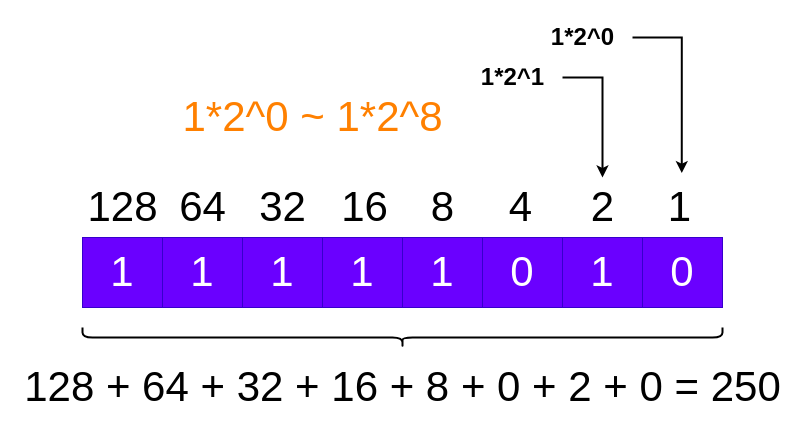
Above: bits.drawio in auula/draw.io (draw.io), before the change. Source tidied: cells renumbered, new cells numbered last; positions are measured from the earlier drawing's top-left corner, leaving out a move shared by most shapes. Both pictures are drawn from the tidied source at 100%, with x=0, y=0 at pixel (17, 17).
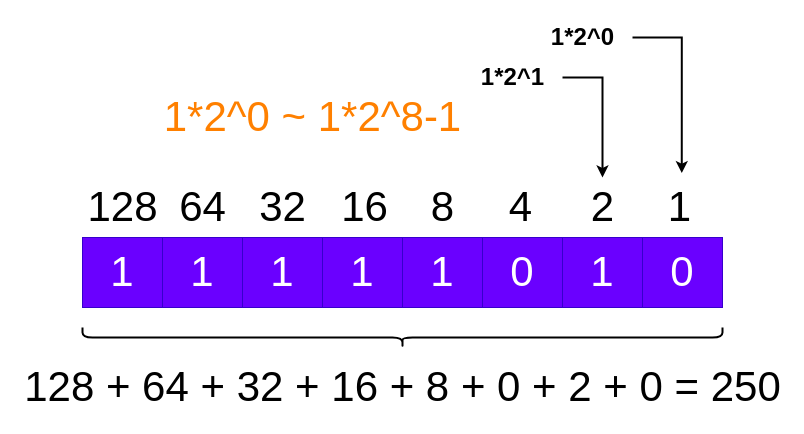
The same page after the edit.

Change to the diagram source:
```diff
@@
-    <mxCell id="24" value="&lt;font color=&quot;#ff8000&quot;&gt;1*2^0 ~ 1*2^8&lt;/font&gt;" style="text;html=1;align=center;verticalAlign=middle;strokeColor=none;fillColor=none;fontSize=42;" parent="1" vertex="1">
-      <mxGeometry x="155" y="70" width="280" height="60" as="geometry" />
+    <mxCell id="24" value="&lt;font color=&quot;#ff8000&quot;&gt;1*2^0 ~ 1*2^8-1&lt;/font&gt;" style="text;html=1;align=center;verticalAlign=middle;strokeColor=none;fillColor=none;fontSize=42;" parent="1" vertex="1">
+      <mxGeometry x="140" y="70" width="310" height="60" as="geometry" />
     </mxCell>
```
